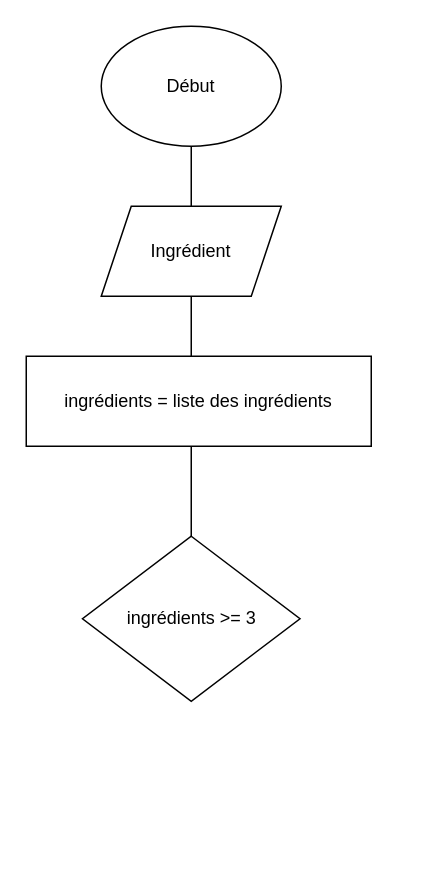
This is Untitled Diagram.drawio from ArcangeliAurelien/Arcangeli_Aurelien_7_24052022, a draw.io file, before an edit. Source tidied: cells renumbered, new cells numbered last; positions are measured from the earlier drawing's top-left corner, leaving out a move shared by most shapes. Both pictures are drawn from the tidied source at 150%, with x=0, y=0 at pixel (26, 26).
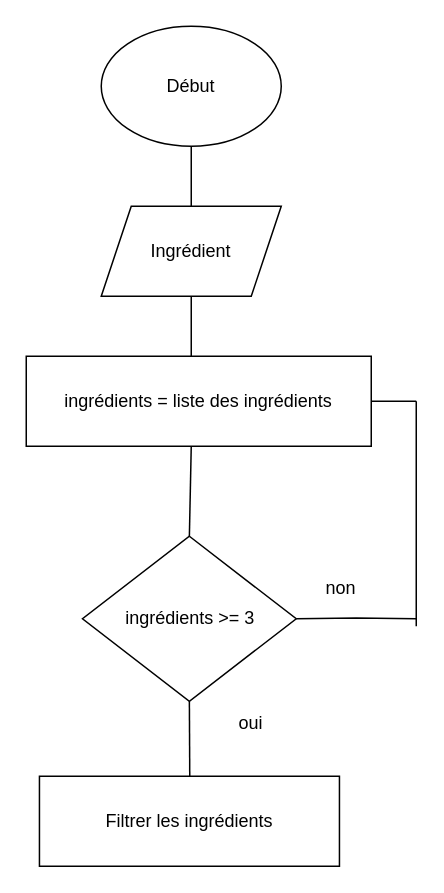
Above is the later version.

Commit message:
Début Diagramme

The change refers to these unchanged cells:
```xml
<mxCell id="6" value="ingrédients = liste des ingrédients" style="rounded=0;whiteSpace=wrap;html=1;" parent="1" vertex="1">
  <mxGeometry y="220" width="230" height="60" as="geometry" />
</mxCell>
```

What changed in the source:
```diff
@@
     <mxCell id="7" value="ingrédients &amp;gt;= 3" style="rhombus;whiteSpace=wrap;html=1;" parent="1" vertex="1">
-      <mxGeometry x="37.5" y="340" width="145" height="110" as="geometry" />
+      <mxGeometry x="37.5" y="340" width="142.5" height="110" as="geometry" />
     </mxCell>
@@
+    <mxCell id="9" style="endArrow=none;html=1;rounded=0;exitX=1;exitY=0.5;exitDx=0;exitDy=0;" parent="1" edge="1" source="7">
+      <mxGeometry relative="1" as="geometry">
+        <mxPoint x="260" y="395" as="targetPoint" />
+        <Array as="points">
+          <mxPoint x="220" y="394.5" />
+        </Array>
+      </mxGeometry>
+    </mxCell>
+    <mxCell id="10" style="endArrow=none;html=1;rounded=0;" parent="1" edge="1">
+      <mxGeometry relative="1" as="geometry">
+        <mxPoint x="260" y="400" as="sourcePoint" />
+        <mxPoint x="260" y="250" as="targetPoint" />
+      </mxGeometry>
+    </mxCell>
+    <mxCell id="11" style="endArrow=none;html=1;rounded=0;exitX=1;exitY=0.5;exitDx=0;exitDy=0;" parent="1" edge="1" source="6">
+      <mxGeometry relative="1" as="geometry">
+        <mxPoint x="260" y="250" as="targetPoint" />
+      </mxGeometry>
+    </mxCell>
+    <mxCell id="12" value="non" style="text;html=1;strokeColor=none;fillColor=none;align=center;verticalAlign=middle;whiteSpace=wrap;rounded=0;" parent="1" vertex="1">
+      <mxGeometry x="180" y="360" width="60" height="30" as="geometry" />
+    </mxCell>
+    <mxCell id="13" style="endArrow=none;html=1;rounded=0;entryX=0.5;entryY=1;entryDx=0;entryDy=0;" parent="1" edge="1" target="7">
+      <mxGeometry relative="1" as="geometry">
+        <mxPoint x="109" y="500" as="sourcePoint" />
+      </mxGeometry>
+    </mxCell>
+    <mxCell id="14" value="oui" style="text;html=1;strokeColor=none;fillColor=none;align=center;verticalAlign=middle;whiteSpace=wrap;rounded=0;" parent="1" vertex="1">
+      <mxGeometry x="120" y="450" width="60" height="30" as="geometry" />
+    </mxCell>
+    <mxCell id="15" value="Filtrer les ingrédients" style="rounded=0;whiteSpace=wrap;html=1;" parent="1" vertex="1">
+      <mxGeometry x="8.8" y="500" width="200" height="60" as="geometry" />
+    </mxCell>
```
